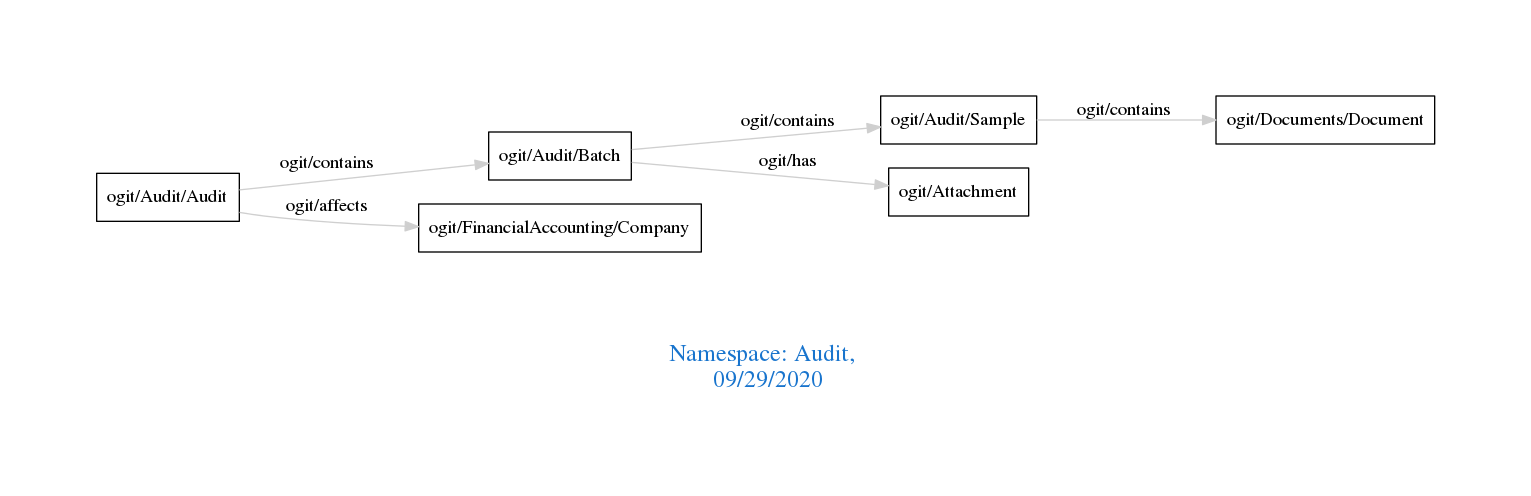
The Graphviz diagram downloads/Audit.png in arago/OGIT, before a commit. Its source is kept beside it as downloads/Audit.dot.
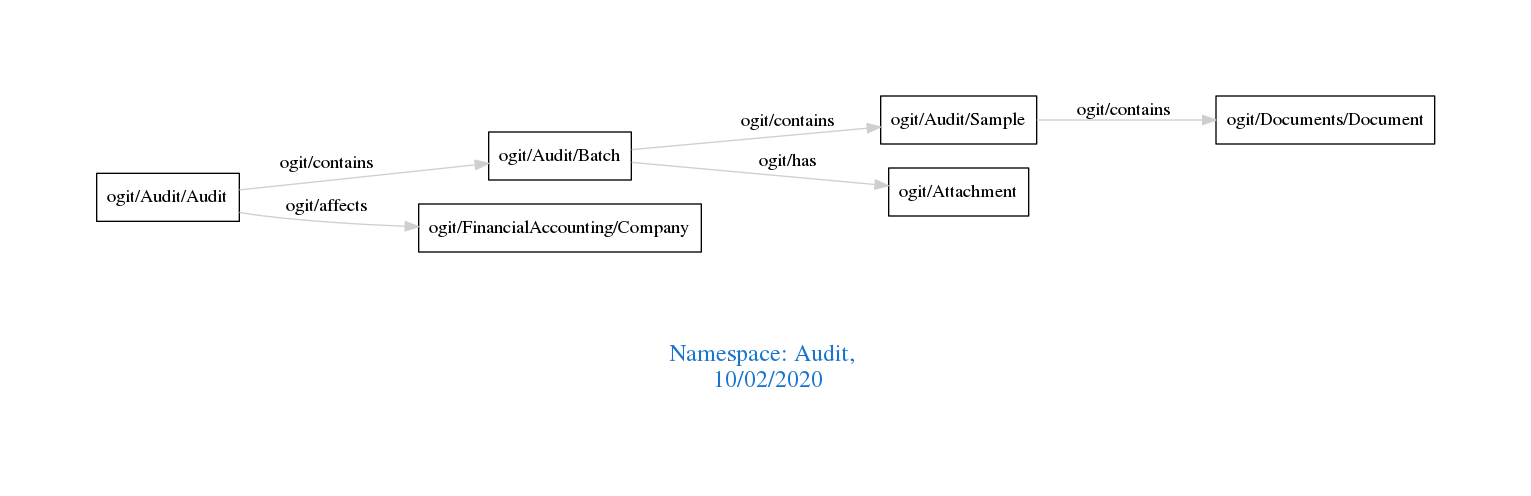
After the commit.

Diff of the diagram source:
```diff
@@ -1,7 +1,7 @@
 digraph OGIT_ontology {
  graph [ rankdir= LR,pad=1
 fontsize = 18,
-fontcolor= dodgerblue3,label = "\n\n\nNamespace: Audit, \n 09/29/2020"];
+fontcolor= dodgerblue3,label = "\n\n\nNamespace: Audit, \n 10/02/2020"];
 node[shape=polygon];
 edge [  color="gray81"];
 
```
